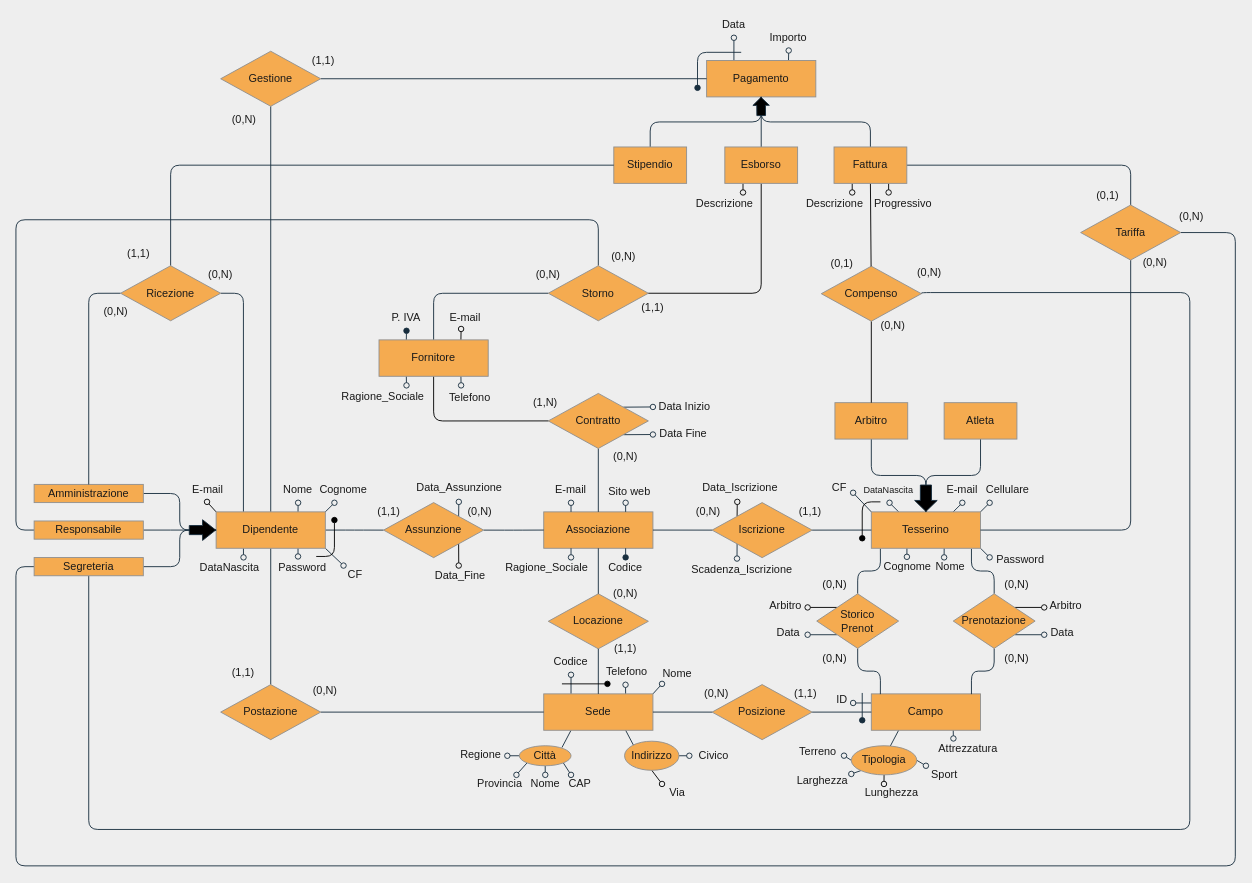
Before: Relazione/modelloER.drawio in 0xCaso/simple-sport-manager, a draw.io diagram. Source tidied: cells renumbered, new cells numbered last; positions are measured from the earlier drawing's top-left corner, leaving out a move shared by most shapes. Both pictures are drawn from the tidied source at 91%, with x=0, y=0 at pixel (15, 15).
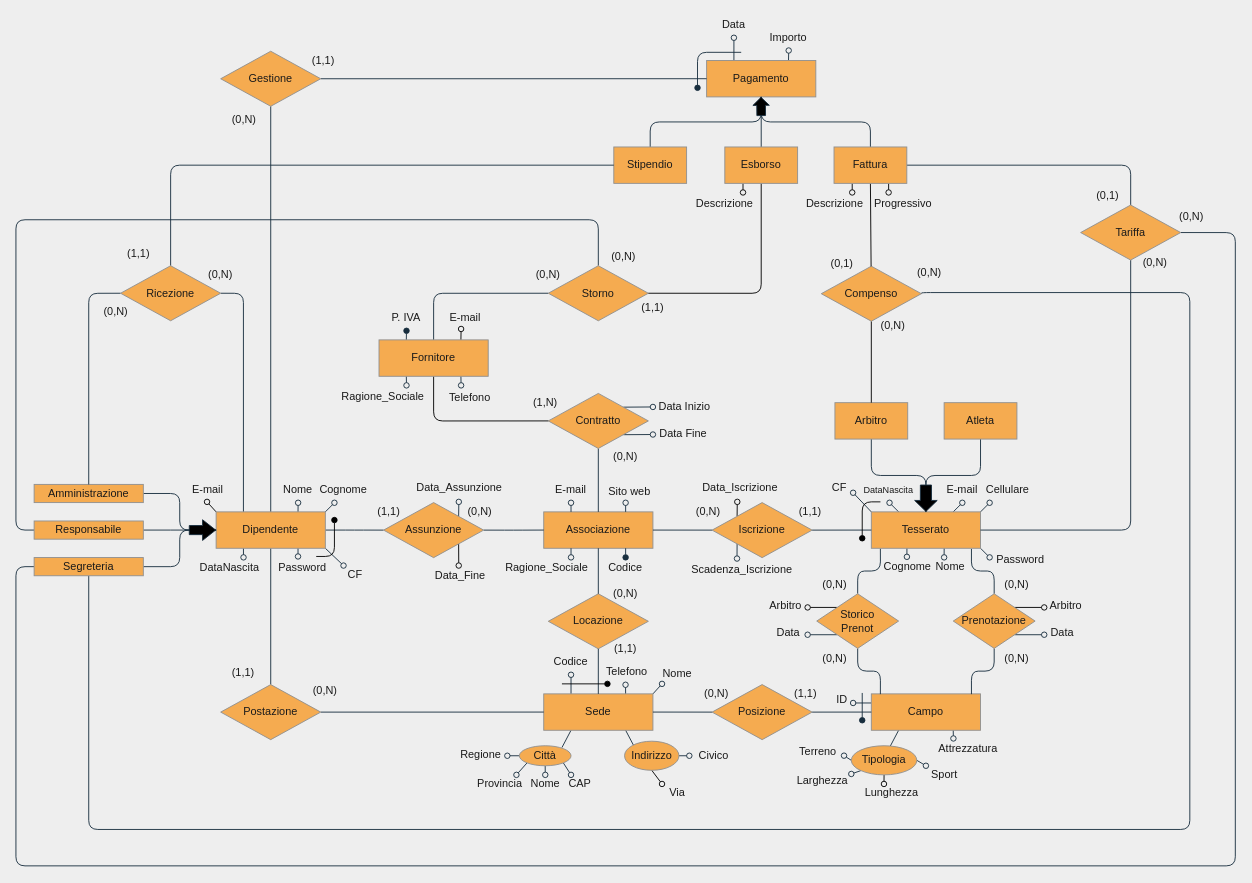
Above is the later version.

Diff of the diagram source:
```diff
@@
-    <mxCell id="12" value="Tesserino" style="whiteSpace=wrap;fillColor=#F5AB50;strokeColor=#909090;fontColor=#1A1A1A;" parent="1" vertex="1">
+    <mxCell id="12" value="Tesserato" style="whiteSpace=wrap;fillColor=#F5AB50;strokeColor=#909090;fontColor=#1A1A1A;" parent="1" vertex="1">
       <mxGeometry x="940" y="545" width="120" height="40" as="geometry" />
     </mxCell>
```
